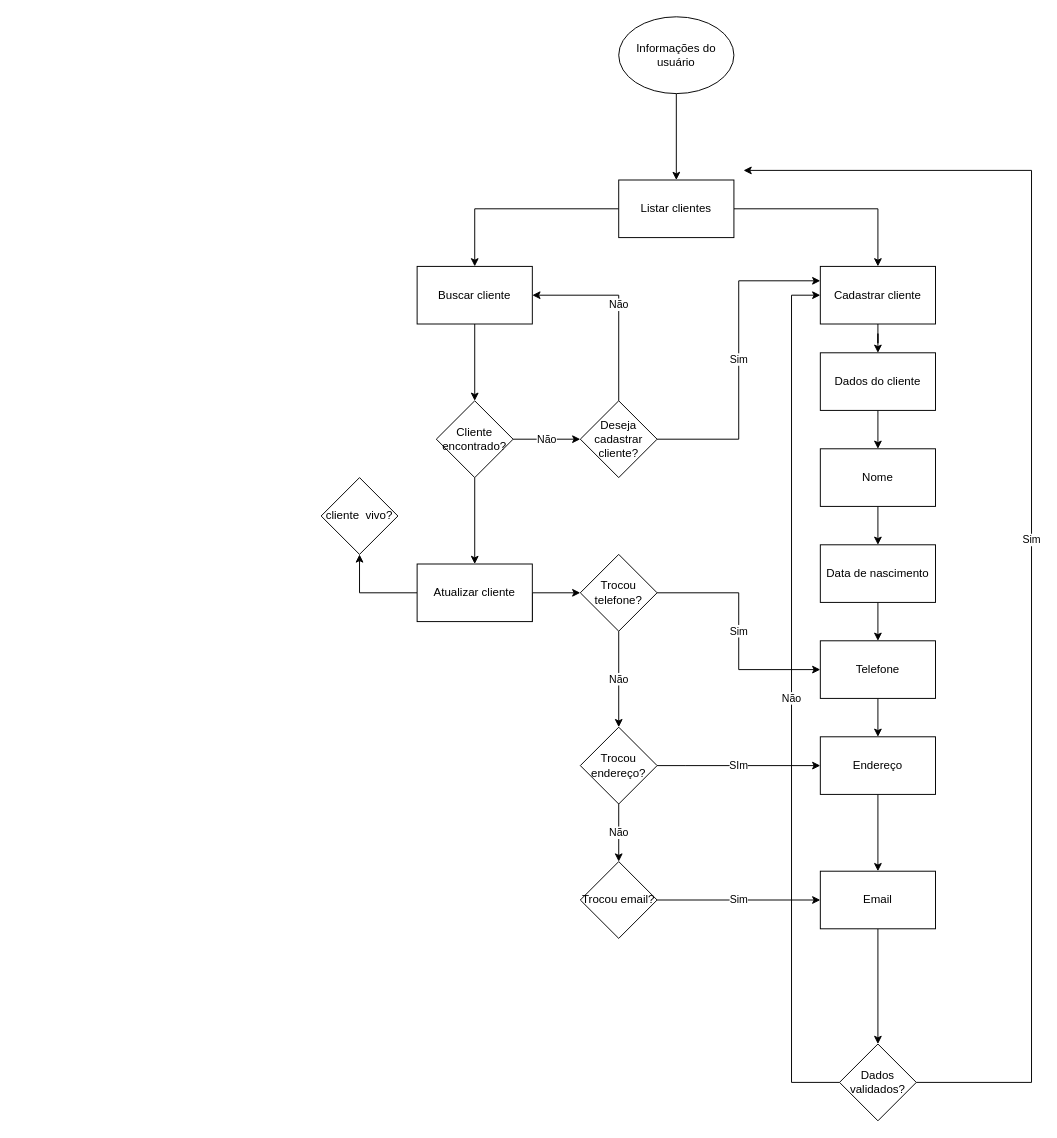
Above: DOC/Fluxograma.drawio in YasminLinardi/Diagram (draw.io), before the change. Source tidied: cells renumbered, new cells numbered last; positions are measured from the earlier drawing's top-left corner, leaving out a move shared by most shapes. Both pictures are drawn from the tidied source at 96%, with x=0, y=0 at pixel (321, 16).
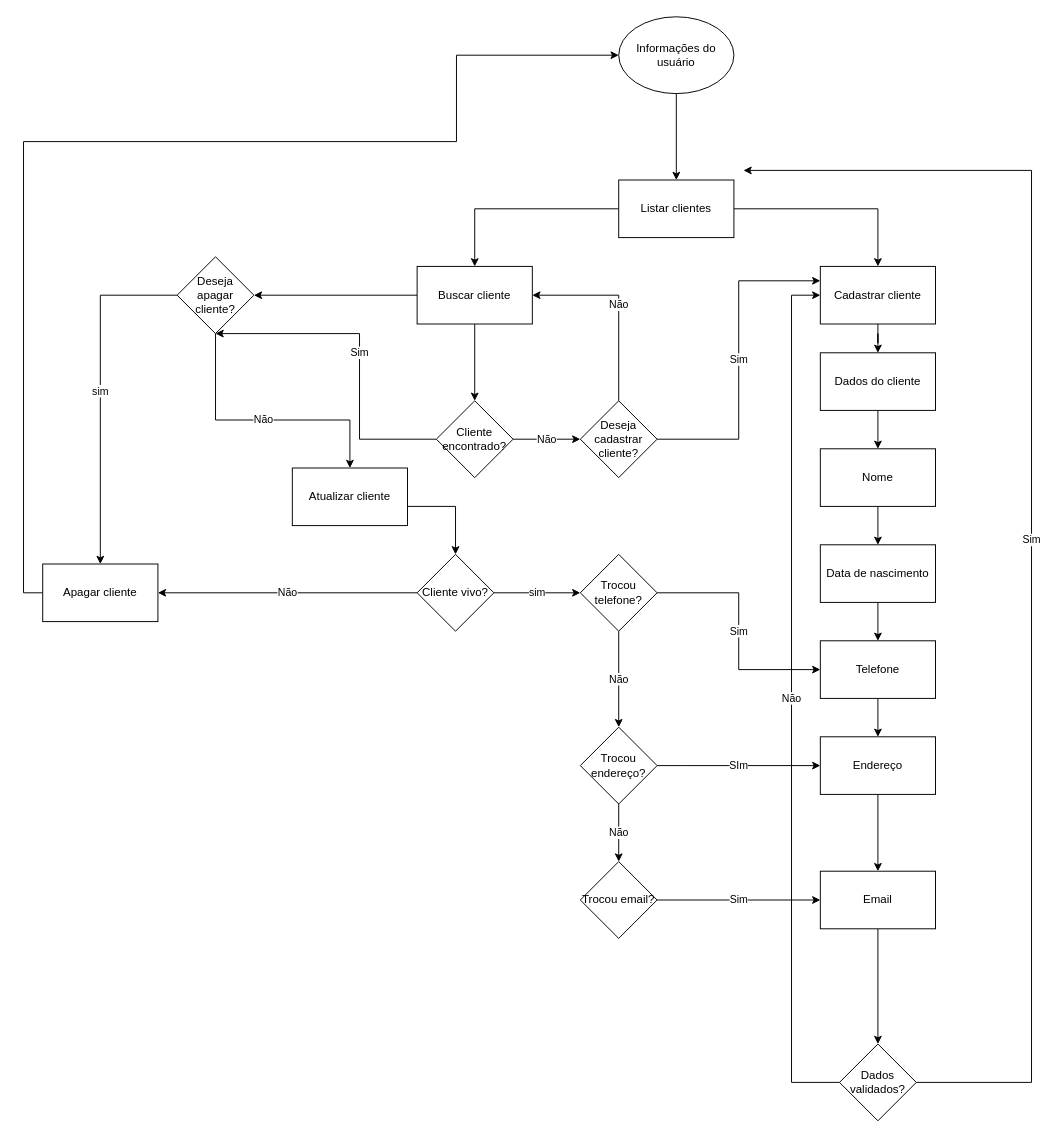
After the change.

The change refers to these unchanged cells:
```xml
<mxCell id="3" value="Informações do usuário" style="ellipse;whiteSpace=wrap;html=1;" parent="1" vertex="1">
  <mxGeometry x="310" width="120" height="80" as="geometry" />
</mxCell>
<mxCell id="23" value="Buscar cliente" style="whiteSpace=wrap;html=1;" parent="1" vertex="1">
  <mxGeometry x="100" y="260" width="120" height="60" as="geometry" />
</mxCell>
<mxCell id="26" value="Cliente encontrado?" style="rhombus;whiteSpace=wrap;html=1;" parent="1" vertex="1">
  <mxGeometry x="120" y="400" width="80" height="80" as="geometry" />
</mxCell>
<mxCell id="37" value="Trocou telefone?" style="rhombus;whiteSpace=wrap;html=1;" parent="1" vertex="1">
  <mxGeometry x="270" y="560" width="80" height="80" as="geometry" />
</mxCell>
```

What changed in the source:
```diff
@@
+    <mxCell id="44" value="sim" style="edgeStyle=orthogonalEdgeStyle;rounded=0;jettySize=auto;html=1;entryX=0.5;entryY=0;entryDx=0;entryDy=0;exitX=0;exitY=0.5;exitDx=0;exitDy=0;" parent="1" edge="1" source="51" target="49">
+      <mxGeometry relative="1" as="geometry" />
+    </mxCell>
+    <mxCell id="45" style="edgeStyle=orthogonalEdgeStyle;rounded=0;jettySize=auto;html=1;" parent="1" edge="1" source="23" target="51">
+      <mxGeometry relative="1" as="geometry" />
+    </mxCell>
@@
-    <mxCell id="25" style="edgeStyle=orthogonalEdgeStyle;rounded=0;jettySize=auto;html=1;" parent="1" edge="1" source="26" target="32">
-      <mxGeometry relative="1" as="geometry" />
+    <mxCell id="25" value="Sim" style="edgeStyle=orthogonalEdgeStyle;rounded=0;jettySize=auto;html=1;entryX=0.5;entryY=1;entryDx=0;entryDy=0;" parent="1" edge="1" source="26" target="51">
+      <mxGeometry relative="1" as="geometry">
+        <Array as="points">
+          <mxPoint x="40" y="440" />
+          <mxPoint x="40" y="330" />
+        </Array>
+      </mxGeometry>
     </mxCell>
@@
-    <mxCell id="30" style="edgeStyle=orthogonalEdgeStyle;rounded=0;jettySize=auto;html=1;exitX=1;exitY=1;exitDx=0;exitDy=0;" parent="1" edge="1" source="32" target="37">
-      <mxGeometry relative="1" as="geometry">
-        <Array as="points">
-          <mxPoint x="220" y="600" />
-        </Array>
-      </mxGeometry>
-    </mxCell>
-    <mxCell id="31" style="edgeStyle=orthogonalEdgeStyle;rounded=0;jettySize=auto;html=1;" parent="1" edge="1" source="32" target="38">
-      <mxGeometry relative="1" as="geometry" />
-    </mxCell>
     <mxCell id="32" value="Atualizar cliente" style="whiteSpace=wrap;html=1;" parent="1" vertex="1">
-      <mxGeometry x="100" y="570" width="120" height="60" as="geometry" />
+      <mxGeometry x="-30" y="470" width="120" height="60" as="geometry" />
     </mxCell>
@@
+    <mxCell id="46" value="sim" style="edgeStyle=orthogonalEdgeStyle;rounded=0;jettySize=auto;html=1;entryX=0;entryY=0.5;entryDx=0;entryDy=0;" parent="1" edge="1" source="38" target="37">
+      <mxGeometry relative="1" as="geometry" />
+    </mxCell>
+    <mxCell id="47" value="Não" style="edgeStyle=orthogonalEdgeStyle;rounded=0;jettySize=auto;html=1;entryX=1;entryY=0.5;entryDx=0;entryDy=0;" parent="1" edge="1" source="38" target="49">
+      <mxGeometry relative="1" as="geometry" />
+    </mxCell>
-    <mxCell id="38" value="cliente&amp;nbsp; vivo?" style="rhombus;whiteSpace=wrap;html=1;" parent="1" vertex="1">
-      <mxGeometry y="480" width="80" height="80" as="geometry" />
+    <mxCell id="38" value="Cliente vivo?" style="rhombus;whiteSpace=wrap;html=1;" parent="1" vertex="1">
+      <mxGeometry x="100" y="560" width="80" height="80" as="geometry" />
     </mxCell>
@@
+    <mxCell id="48" style="edgeStyle=orthogonalEdgeStyle;rounded=0;jettySize=auto;html=1;exitX=0;exitY=0.5;exitDx=0;exitDy=0;entryX=0;entryY=0.5;entryDx=0;entryDy=0;" parent="1" edge="1" source="49" target="3">
+      <mxGeometry relative="1" as="geometry">
+        <Array as="points">
+          <mxPoint x="-310" y="600" />
+          <mxPoint x="-310" y="130" />
+          <mxPoint x="141" y="130" />
+          <mxPoint x="141" y="40" />
+        </Array>
+      </mxGeometry>
+    </mxCell>
+    <mxCell id="49" value="Apagar cliente" style="rounded=0;whiteSpace=wrap;html=1;" parent="1" vertex="1">
+      <mxGeometry x="-290" y="570" width="120" height="60" as="geometry" />
+    </mxCell>
+    <mxCell id="31" style="edgeStyle=orthogonalEdgeStyle;rounded=0;jettySize=auto;html=1;entryX=0.5;entryY=0;entryDx=0;entryDy=0;" parent="1" edge="1" source="32" target="38">
+      <mxGeometry relative="1" as="geometry">
+        <Array as="points">
+          <mxPoint x="140" y="510" />
+        </Array>
+      </mxGeometry>
+    </mxCell>
+    <mxCell id="50" value="Não" style="edgeStyle=orthogonalEdgeStyle;rounded=0;jettySize=auto;html=1;entryX=0.5;entryY=0;entryDx=0;entryDy=0;" parent="1" edge="1" source="51" target="32">
+      <mxGeometry relative="1" as="geometry">
+        <Array as="points">
+          <mxPoint x="-110" y="420" />
+          <mxPoint x="30" y="420" />
+        </Array>
+      </mxGeometry>
+    </mxCell>
+    <mxCell id="51" value="Deseja apagar cliente?" style="rhombus;whiteSpace=wrap;html=1;" parent="1" vertex="1">
+      <mxGeometry x="-150" y="250" width="80" height="80" as="geometry" />
+    </mxCell>
```
